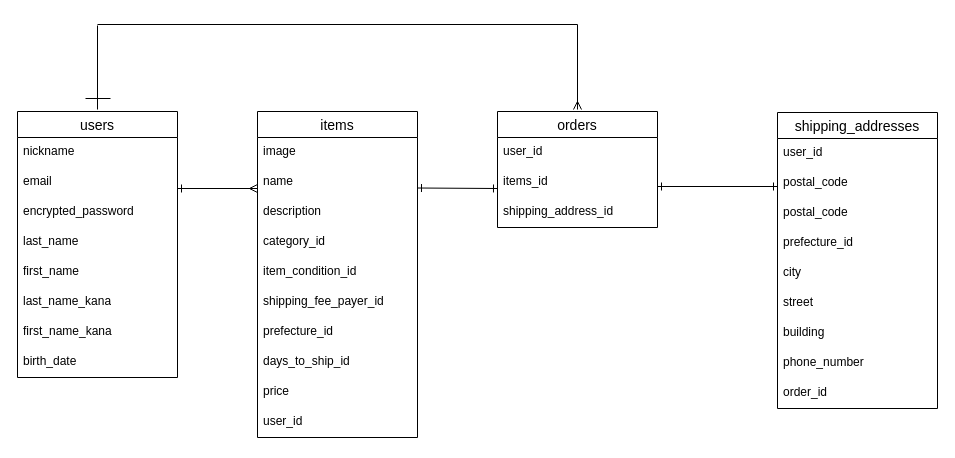
Earlier version of the draw.io diagram app/views/er.dio (Minimini55/furima-42535). Source tidied: cells renumbered, new cells numbered last; positions are measured from the earlier drawing's top-left corner, leaving out a move shared by most shapes. Both pictures are drawn from the tidied source at 100%, with x=0, y=0 at pixel (17, 19).
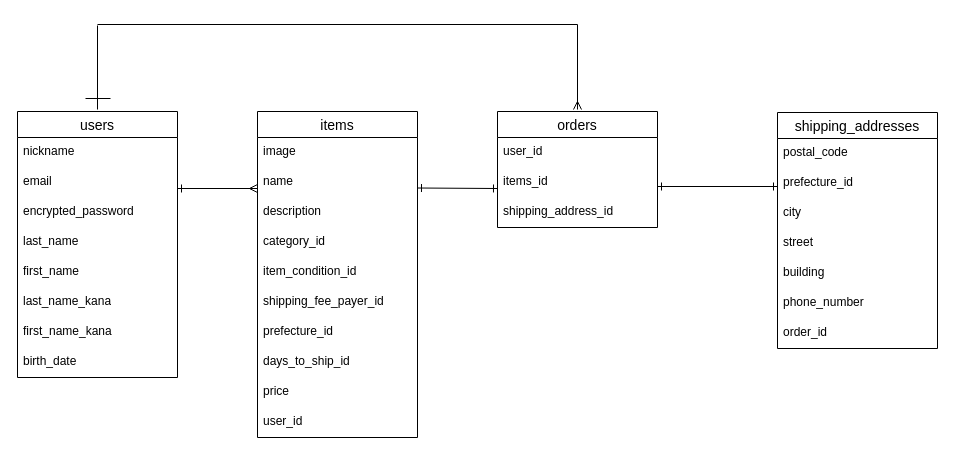
The same page after the edit.

Commit message (it also covers changes not shown here):
shippingaddressesテーブルのカラム削除

Diff of the diagram source:
```diff
@@
     <mxCell id="28" value="shipping_addresses" style="swimlane;fontStyle=0;horizontal=1;startSize=26;align=center;fontSize=14;" parent="1" vertex="1">
-      <mxGeometry x="760" y="93" width="160" height="296" as="geometry" />
+      <mxGeometry x="760" y="93" width="160" height="236" as="geometry" />
     </mxCell>
-    <mxCell id="29" value="user_id" style="text;strokeColor=none;fillColor=none;spacingLeft=4;spacingRight=4;overflow=hidden;fontSize=12;whiteSpace=wrap;html=1;" parent="28" vertex="1">
-      <mxGeometry y="26" width="160" height="30" as="geometry" />
-    </mxCell>
     <mxCell id="30" value="postal_code" style="text;strokeColor=none;fillColor=none;spacingLeft=4;spacingRight=4;overflow=hidden;fontSize=12;whiteSpace=wrap;html=1;" parent="28" vertex="1">
-      <mxGeometry y="56" width="160" height="30" as="geometry" />
+      <mxGeometry y="26" width="160" height="30" as="geometry" />
     </mxCell>
-    <mxCell id="31" value="postal_code" style="text;strokeColor=none;fillColor=none;spacingLeft=4;spacingRight=4;overflow=hidden;fontSize=12;whiteSpace=wrap;html=1;" parent="28" vertex="1">
-      <mxGeometry y="86" width="160" height="30" as="geometry" />
-    </mxCell>
     <mxCell id="32" value="prefecture_id" style="text;strokeColor=none;fillColor=none;spacingLeft=4;spacingRight=4;overflow=hidden;fontSize=12;whiteSpace=wrap;html=1;" parent="28" vertex="1">
-      <mxGeometry y="116" width="160" height="30" as="geometry" />
+      <mxGeometry y="56" width="160" height="30" as="geometry" />
     </mxCell>
     <mxCell id="33" value="city" style="text;strokeColor=none;fillColor=none;spacingLeft=4;spacingRight=4;overflow=hidden;fontSize=12;whiteSpace=wrap;html=1;" parent="28" vertex="1">
-      <mxGeometry y="146" width="160" height="30" as="geometry" />
+      <mxGeometry y="86" width="160" height="30" as="geometry" />
     </mxCell>
     <mxCell id="34" value="street" style="text;strokeColor=none;fillColor=none;spacingLeft=4;spacingRight=4;overflow=hidden;fontSize=12;whiteSpace=wrap;html=1;" parent="28" vertex="1">
-      <mxGeometry y="176" width="160" height="30" as="geometry" />
+      <mxGeometry y="116" width="160" height="30" as="geometry" />
     </mxCell>
     <mxCell id="35" value="building" style="text;strokeColor=none;fillColor=none;spacingLeft=4;spacingRight=4;overflow=hidden;fontSize=12;whiteSpace=wrap;html=1;" parent="28" vertex="1">
-      <mxGeometry y="206" width="160" height="30" as="geometry" />
+      <mxGeometry y="146" width="160" height="30" as="geometry" />
     </mxCell>
     <mxCell id="36" value="phone_number" style="text;strokeColor=none;fillColor=none;spacingLeft=4;spacingRight=4;overflow=hidden;fontSize=12;whiteSpace=wrap;html=1;" parent="28" vertex="1">
-      <mxGeometry y="236" width="160" height="30" as="geometry" />
+      <mxGeometry y="176" width="160" height="30" as="geometry" />
     </mxCell>
     <mxCell id="37" value="order_id" style="text;strokeColor=none;fillColor=none;spacingLeft=4;spacingRight=4;overflow=hidden;fontSize=12;whiteSpace=wrap;html=1;" parent="28" vertex="1">
-      <mxGeometry y="266" width="160" height="30" as="geometry" />
+      <mxGeometry y="206" width="160" height="30" as="geometry" />
     </mxCell>
```
